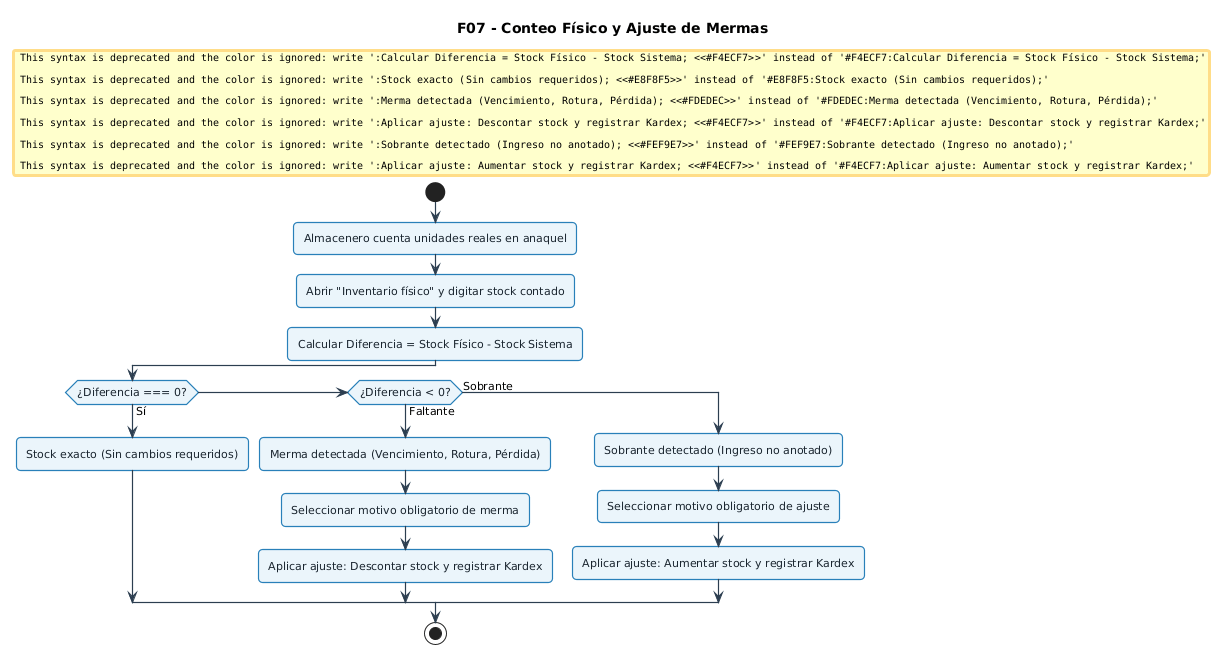
Before: docs/UML-flujos/imagenes/07_conteo_fisico_ajustes.png, a diagram exported from PlantUML (xmenil/ERP-KIPUS).
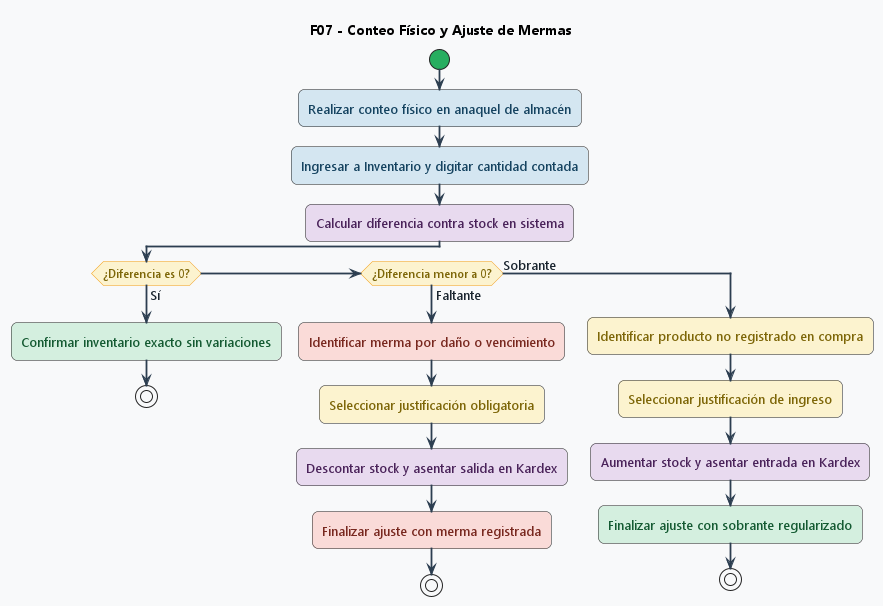
Above is the later version.

Diff of the diagram source:
```diff
@@ -1,47 +1,74 @@
 @startuml
+<style>
+activityDiagram {
+  BackgroundColor #F8F9FA
+  BorderColor #2C3E50
+  FontColor #1A252F
+  FontSize 13
+  FontName "Segoe UI", Arial, sans-serif
+  RoundCorner 12
+  Padding 10
+  Margin 8
+
+  .verde {
+    BackgroundColor #D4EFDF
+    BorderColor #27AE60
+    FontColor #145A32
+  }
+  .amarillo {
+    BackgroundColor #FCF3CF
+    BorderColor #F39C12
+    FontColor #7D6608
+  }
+  .azul {
+    BackgroundColor #D4E6F1
+    BorderColor #2980B9
+    FontColor #154360
+  }
+  .morado {
+    BackgroundColor #E8DAEF
+    BorderColor #8E44AD
+    FontColor #4A235A
+  }
+  .rojo {
+    BackgroundColor #FADBD8
+    BorderColor #C0392B
+    FontColor #78281F
+  }
+}
+</style>
+
 skinparam defaultFontName "Segoe UI", Arial, sans-serif
-skinparam defaultFontSize 11
-skinparam roundCorner 8
-skinparam shadowing false
 skinparam ArrowColor #2C3E50
-skinparam ArrowThickness 1.2
-
-skinparam activity {
-  BackgroundColor #EBF5FB
-  BorderColor #2980B9
-  BorderThickness 1.2
-  FontColor #1A252F
-}
-skinparam decision {
-  BackgroundColor #FEF9E7
-  BorderColor #F39C12
-  BorderThickness 1.2
-  FontColor #7D6608
-}
-skinparam start {
-  Color #27AE60
-}
-skinparam stop {
-  Color #C0392B
-}
+skinparam ArrowThickness 1.8
+skinparam activityStartColor #27AE60
+skinparam activityEndColor #C0392B
+skinparam activityDiamondBackgroundColor #FCF3CF
+skinparam activityDiamondBorderColor #F39C12
+skinparam activityDiamondFontColor #7D6608
+skinparam activityDiamondFontSize 12
 
 title F07 - Conteo Físico y Ajuste de Mermas
 
 start
-:Almacenero cuenta unidades reales en anaquel;
-:Abrir "Inventario físico" y digitar stock contado;
-#F4ECF7:Calcular Diferencia = Stock Físico - Stock Sistema;
+:Realizar conteo físico en anaquel de almacén; <<azul>>
+:Ingresar a Inventario y digitar cantidad contada; <<azul>>
+:Calcular diferencia contra stock en sistema; <<morado>>
 
-if (¿Diferencia === 0?) then (Sí)
-  #E8F8F5:Stock exacto (Sin cambios requeridos);
-elseif (¿Diferencia < 0?) then (Faltante)
-  #FDEDEC:Merma detectada (Vencimiento, Rotura, Pérdida);
-  :Seleccionar motivo obligatorio de merma;
-  #F4ECF7:Aplicar ajuste: Descontar stock y registrar Kardex;
+if (¿Diferencia es 0?) then (Sí)
+  :Confirmar inventario exacto sin variaciones; <<verde>>
+  stop
+elseif (¿Diferencia menor a 0?) then (Faltante)
+  :Identificar merma por daño o vencimiento; <<rojo>>
+  :Seleccionar justificación obligatoria; <<amarillo>>
+  :Descontar stock y asentar salida en Kardex; <<morado>>
+  :Finalizar ajuste con merma registrada; <<rojo>>
+  stop
 else (Sobrante)
-  #FEF9E7:Sobrante detectado (Ingreso no anotado);
-  :Seleccionar motivo obligatorio de ajuste;
-  #F4ECF7:Aplicar ajuste: Aumentar stock y registrar Kardex;
+  :Identificar producto no registrado en compra; <<amarillo>>
+  :Seleccionar justificación de ingreso; <<amarillo>>
+  :Aumentar stock y asentar entrada en Kardex; <<morado>>
+  :Finalizar ajuste con sobrante regularizado; <<verde>>
+  stop
 endif
-stop
 @enduml
```
